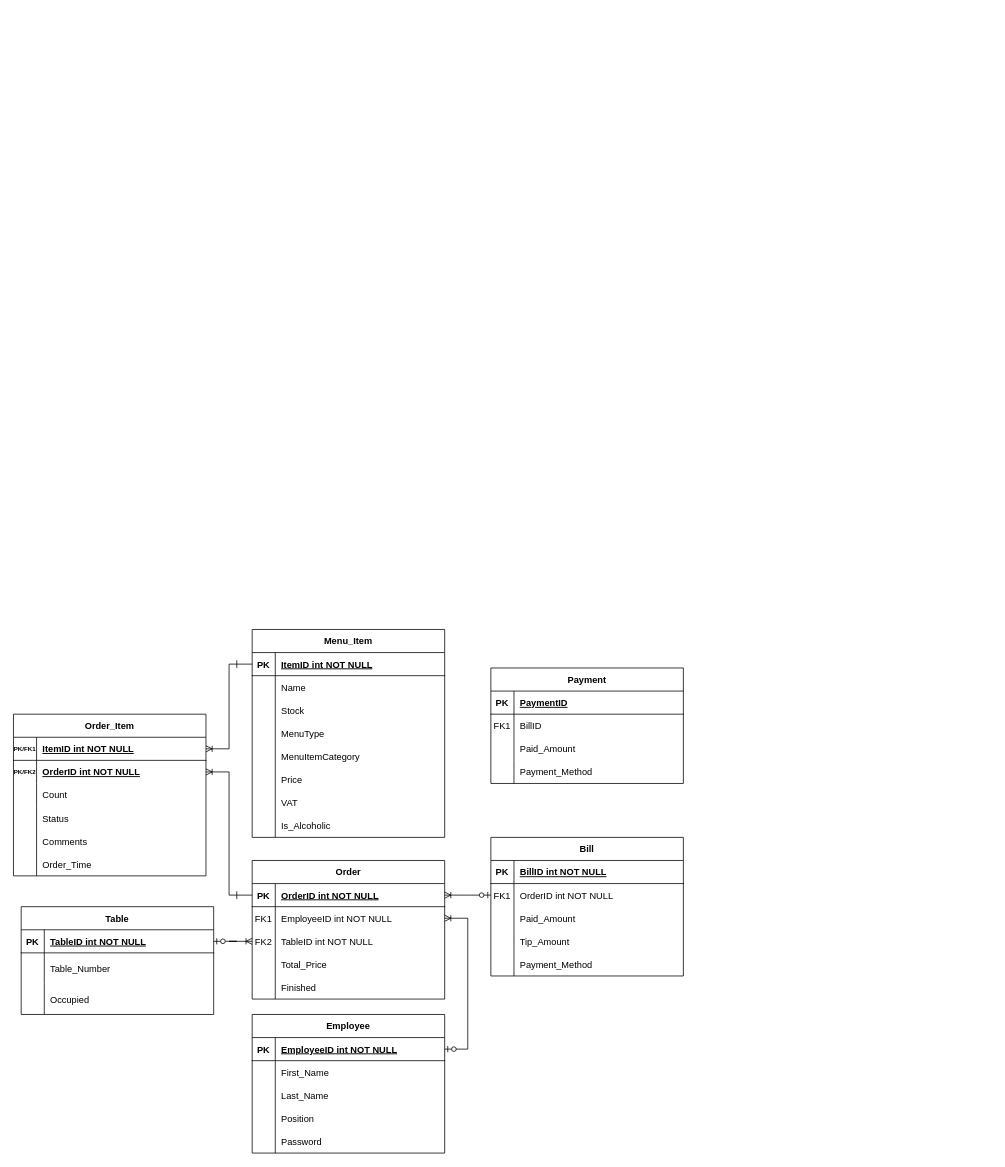
Earlier version of the draw.io diagram aaa123.drawio (tnb1604/tnb1604). Source tidied: cells renumbered, new cells numbered last; positions are measured from the earlier drawing's top-left corner, leaving out a move shared by most shapes. Both pictures are drawn from the tidied source at 77%, with x=0, y=0 at pixel (13, 629).
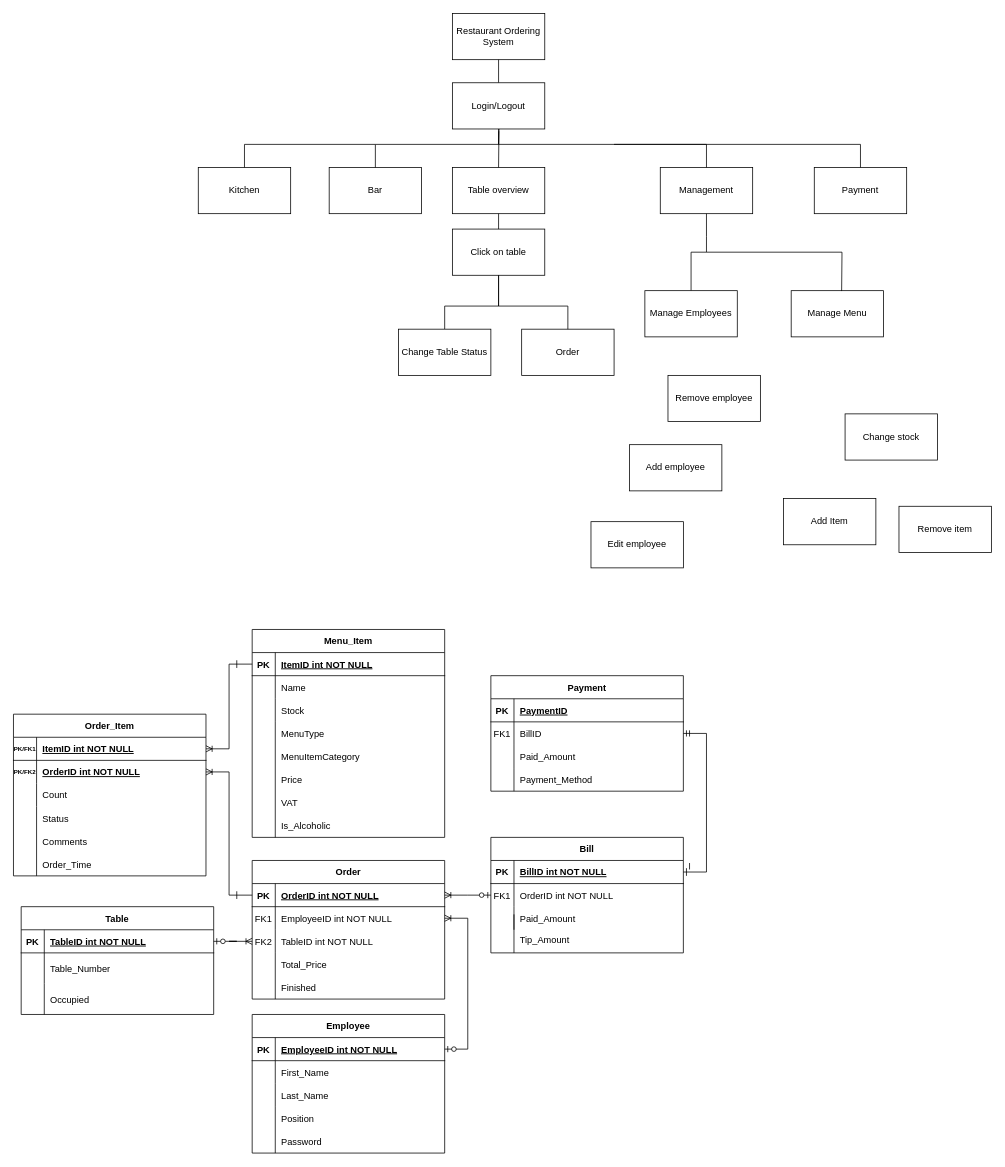
Above is the later version.

The change refers to these unchanged cells:
```xml
<mxCell id="22" style="shape=partialRectangle;fillColor=none;points=[[0,0.5],[1,0.5]];portConstraint=eastwest;top=0;left=0;right=0;bottom=1;" parent="21" vertex="1">
  <mxGeometry y="30" width="250" height="30" as="geometry" />
</mxCell>
<mxCell id="113" style="shape=partialRectangle;fillColor=none;points=[[0,0.5],[1,0.5]];portConstraint=eastwest;top=0;left=0;right=0;bottom=0;" parent="109" vertex="1">
  <mxGeometry y="60" width="250" height="30" as="geometry" />
</mxCell>
```

The edit, as a diff of the source:
```diff
@@
     <mxCell id="20" style="group;" parent="1" vertex="1">
-      <mxGeometry x="620" y="270" width="250" height="180" as="geometry" />
+      <mxGeometry x="620" y="270" width="250" height="150" as="geometry" />
     </mxCell>
     <mxCell id="21" value="Bill" style="shape=table;startSize=30;childLayout=tableLayout;rowLines=0;fontStyle=1;align=center;" parent="20" vertex="1">
-      <mxGeometry width="250" height="180" as="geometry" />
+      <mxGeometry width="250" height="150" as="geometry" />
     </mxCell>
@@
     <mxCell id="31" style="shape=partialRectangle;overflow=hidden;fillColor=none;top=0;left=0;bottom=0;right=0;" parent="20" vertex="1">
-      <mxGeometry y="120" width="30" height="30" as="geometry" />
+      <mxGeometry y="100" width="30" height="25" as="geometry" />
     </mxCell>
     <mxCell id="32" value="Tip_Amount" style="shape=partialRectangle;overflow=hidden;fillColor=none;top=0;left=0;bottom=0;right=0;align=left;spacingLeft=6;" parent="20" vertex="1">
-      <mxGeometry x="30" y="120" width="220" height="30" as="geometry" />
+      <mxGeometry x="30" y="120" width="220" height="25" as="geometry" />
     </mxCell>
-    <mxCell id="33" style="shape=partialRectangle;overflow=hidden;fillColor=none;top=0;left=0;bottom=0;right=0;" parent="20" vertex="1">
-      <mxGeometry y="150" width="30" height="30" as="geometry" />
-    </mxCell>
-    <mxCell id="34" value="Payment_Method" style="shape=partialRectangle;overflow=hidden;fillColor=none;top=0;left=0;bottom=0;right=0;align=left;spacingLeft=6;" parent="20" vertex="1">
-      <mxGeometry x="30" y="150" width="220" height="30" as="geometry" />
-    </mxCell>
     <mxCell id="35" style="endArrow=none;html=1;rounded=0;" parent="20" edge="1">
       <mxGeometry relative="1" as="geometry">
-        <mxPoint x="30" y="180" as="sourcePoint" />
-        <mxPoint x="30" y="120" as="targetPoint" />
+        <mxPoint x="30" y="150" as="sourcePoint" />
+        <mxPoint x="30" y="100" as="targetPoint" />
       </mxGeometry>
     </mxCell>
+    <mxCell id="123" style="endArrow=none;html=1;rounded=0;" parent="20" edge="1">
+      <mxGeometry relative="1" as="geometry">
+        <mxPoint x="258" y="41.7" as="sourcePoint" />
+        <mxPoint x="258" y="33.3" as="targetPoint" />
+      </mxGeometry>
+    </mxCell>
@@
     <mxCell id="108" style="group;" parent="1" vertex="1">
-      <mxGeometry x="620" y="50" width="250" height="180" as="geometry" />
+      <mxGeometry x="620" y="60" width="250" height="180" as="geometry" />
     </mxCell>
@@
+    <mxCell id="124" style="edgeStyle=entityRelationEdgeStyle;fontSize=12;html=1;endArrow=ERmandOne;rounded=0;" parent="1" edge="1" source="22" target="113">
+      <mxGeometry relative="1" as="geometry">
+        <Array as="points">
+          <mxPoint x="950" y="310" />
+        </Array>
+      </mxGeometry>
+    </mxCell>
+    <mxCell id="125" style="endArrow=none;html=1;rounded=0;" parent="1" edge="1">
+      <mxGeometry relative="1" as="geometry">
+        <mxPoint x="874" y="320" as="sourcePoint" />
+        <mxPoint x="874" y="310" as="targetPoint" />
+      </mxGeometry>
+    </mxCell>
+    <mxCell id="126" value="Restaurant Ordering System" style="rounded=0;whiteSpace=wrap;html=1;" parent="1" vertex="1">
+      <mxGeometry x="570" y="-800" width="120" height="60" as="geometry" />
+    </mxCell>
+    <mxCell id="127" style="endArrow=none;html=1;rounded=0;entryX=0.507;entryY=1.008;entryDx=0;entryDy=0;entryPerimeter=0;exitX=0.5;exitY=0;exitDx=0;exitDy=0;" parent="1" edge="1" source="128" target="126">
+      <mxGeometry relative="1" as="geometry">
+        <Array as="points">
+          <mxPoint x="630" y="-740" />
+        </Array>
+      </mxGeometry>
+    </mxCell>
+    <mxCell id="128" value="Login/Logout" style="rounded=0;whiteSpace=wrap;html=1;" parent="1" vertex="1">
+      <mxGeometry x="570" y="-710" width="120" height="60" as="geometry" />
+    </mxCell>
+    <mxCell id="129" value="Table overview" style="rounded=0;whiteSpace=wrap;html=1;" parent="1" vertex="1">
+      <mxGeometry x="570" y="-600" width="120" height="60" as="geometry" />
+    </mxCell>
+    <mxCell id="130" value="Order" style="rounded=0;whiteSpace=wrap;html=1;" parent="1" vertex="1">
+      <mxGeometry x="660" y="-390" width="120" height="60" as="geometry" />
+    </mxCell>
+    <mxCell id="131" value="Management" style="rounded=0;whiteSpace=wrap;html=1;" parent="1" vertex="1">
+      <mxGeometry x="840" y="-600" width="120" height="60" as="geometry" />
+    </mxCell>
+    <mxCell id="132" value="Bar" style="rounded=0;whiteSpace=wrap;html=1;" parent="1" vertex="1">
+      <mxGeometry x="410" y="-600" width="120" height="60" as="geometry" />
+    </mxCell>
+    <mxCell id="133" value="Payment" style="rounded=0;whiteSpace=wrap;html=1;" parent="1" vertex="1">
+      <mxGeometry x="1040" y="-600" width="120" height="60" as="geometry" />
+    </mxCell>
+    <mxCell id="134" style="endArrow=none;html=1;rounded=0;entryX=0.507;entryY=1.008;entryDx=0;entryDy=0;entryPerimeter=0;exitX=0.5;exitY=0;exitDx=0;exitDy=0;" parent="1" edge="1" source="129">
+      <mxGeometry relative="1" as="geometry">
+        <mxPoint x="630.5" y="-650" as="targetPoint" />
+      </mxGeometry>
+    </mxCell>
+    <mxCell id="135" style="endArrow=none;html=1;rounded=0;entryX=0.5;entryY=1;entryDx=0;entryDy=0;exitX=0.5;exitY=0;exitDx=0;exitDy=0;" parent="1" edge="1" source="131" target="128">
+      <mxGeometry relative="1" as="geometry">
+        <Array as="points">
+          <mxPoint x="900" y="-630" />
+          <mxPoint x="630" y="-630" />
+        </Array>
+      </mxGeometry>
+    </mxCell>
+    <mxCell id="136" style="endArrow=none;html=1;rounded=0;entryX=0.502;entryY=1.048;entryDx=0;entryDy=0;entryPerimeter=0;exitX=0.5;exitY=0;exitDx=0;exitDy=0;" parent="1" edge="1" source="132" target="128">
+      <mxGeometry relative="1" as="geometry">
+        <Array as="points">
+          <mxPoint x="470" y="-630" />
+          <mxPoint x="630" y="-630" />
+        </Array>
+      </mxGeometry>
+    </mxCell>
+    <mxCell id="137" style="endArrow=none;html=1;rounded=0;entryX=0.5;entryY=0;entryDx=0;entryDy=0;" parent="1" edge="1" target="133">
+      <mxGeometry relative="1" as="geometry">
+        <mxPoint x="780" y="-630" as="sourcePoint" />
+        <Array as="points">
+          <mxPoint x="1100" y="-630" />
+        </Array>
+      </mxGeometry>
+    </mxCell>
+    <mxCell id="138" value="Click on table" style="rounded=0;whiteSpace=wrap;html=1;" parent="1" vertex="1">
+      <mxGeometry x="570" y="-520" width="120" height="60" as="geometry" />
+    </mxCell>
+    <mxCell id="139" style="endArrow=none;html=1;rounded=0;entryX=0.5;entryY=1;entryDx=0;entryDy=0;" parent="1" edge="1" source="138" target="129">
+      <mxGeometry relative="1" as="geometry" />
+    </mxCell>
+    <mxCell id="140" value="Kitchen" style="rounded=0;whiteSpace=wrap;html=1;" parent="1" vertex="1">
+      <mxGeometry x="240" y="-600" width="120" height="60" as="geometry" />
+    </mxCell>
+    <mxCell id="141" style="endArrow=none;html=1;rounded=0;entryX=0.5;entryY=1;entryDx=0;entryDy=0;exitX=0.5;exitY=0;exitDx=0;exitDy=0;" parent="1" edge="1" source="130" target="138">
+      <mxGeometry relative="1" as="geometry">
+        <Array as="points">
+          <mxPoint x="720" y="-420" />
+          <mxPoint x="630" y="-420" />
+        </Array>
+      </mxGeometry>
+    </mxCell>
+    <mxCell id="142" style="endArrow=none;html=1;rounded=0;entryX=0.5;entryY=1;entryDx=0;entryDy=0;exitX=0.5;exitY=0;exitDx=0;exitDy=0;" parent="1" edge="1" source="143" target="138">
+      <mxGeometry relative="1" as="geometry">
+        <Array as="points">
+          <mxPoint x="560" y="-420" />
+          <mxPoint x="630" y="-420" />
+        </Array>
+      </mxGeometry>
+    </mxCell>
+    <mxCell id="143" value="Change Table Status" style="rounded=0;whiteSpace=wrap;html=1;" parent="1" vertex="1">
+      <mxGeometry x="500" y="-390" width="120" height="60" as="geometry" />
+    </mxCell>
+    <mxCell id="144" style="endArrow=none;html=1;rounded=0;entryX=0.5;entryY=0;entryDx=0;entryDy=0;" parent="1" edge="1" target="140">
+      <mxGeometry relative="1" as="geometry">
+        <mxPoint x="470" y="-630" as="sourcePoint" />
+        <Array as="points">
+          <mxPoint x="300" y="-630" />
+        </Array>
+      </mxGeometry>
+    </mxCell>
+    <mxCell id="145" style="endArrow=none;html=1;rounded=0;entryX=0.5;entryY=1;entryDx=0;entryDy=0;exitX=0.5;exitY=0;exitDx=0;exitDy=0;" parent="1" edge="1" source="146" target="131">
+      <mxGeometry relative="1" as="geometry">
+        <Array as="points">
+          <mxPoint x="880" y="-490" />
+          <mxPoint x="900" y="-490" />
+          <mxPoint x="900" y="-510" />
+        </Array>
+      </mxGeometry>
+    </mxCell>
+    <mxCell id="146" value="Manage Employees" style="rounded=0;whiteSpace=wrap;html=1;" parent="1" vertex="1">
+      <mxGeometry x="820" y="-440" width="120" height="60" as="geometry" />
+    </mxCell>
+    <mxCell id="147" value="Manage Menu" style="rounded=0;whiteSpace=wrap;html=1;" parent="1" vertex="1">
+      <mxGeometry x="1010" y="-440" width="120" height="60" as="geometry" />
+    </mxCell>
+    <mxCell id="148" style="endArrow=none;html=1;rounded=0;entryX=0.546;entryY=0.008;entryDx=0;entryDy=0;entryPerimeter=0;" parent="1" edge="1" target="147">
+      <mxGeometry relative="1" as="geometry">
+        <mxPoint x="900" y="-490" as="sourcePoint" />
+        <Array as="points">
+          <mxPoint x="1076" y="-490" />
+        </Array>
+      </mxGeometry>
+    </mxCell>
+    <mxCell id="149" value="Remove employee" style="rounded=0;whiteSpace=wrap;html=1;" parent="1" vertex="1">
+      <mxGeometry x="850" y="-330" width="120" height="60" as="geometry" />
+    </mxCell>
+    <mxCell id="150" value="Change stock" style="rounded=0;whiteSpace=wrap;html=1;" parent="1" vertex="1">
+      <mxGeometry x="1080" y="-280" width="120" height="60" as="geometry" />
+    </mxCell>
+    <mxCell id="151" value="Add Item" style="rounded=0;whiteSpace=wrap;html=1;" parent="1" vertex="1">
+      <mxGeometry x="1000" y="-170" width="120" height="60" as="geometry" />
+    </mxCell>
+    <mxCell id="152" value="Remove item" style="rounded=0;whiteSpace=wrap;html=1;" parent="1" vertex="1">
+      <mxGeometry x="1150" y="-160" width="120" height="60" as="geometry" />
+    </mxCell>
+    <mxCell id="153" value="Add employee" style="rounded=0;whiteSpace=wrap;html=1;" parent="1" vertex="1">
+      <mxGeometry x="800" y="-240" width="120" height="60" as="geometry" />
+    </mxCell>
+    <mxCell id="154" value="Edit employee" style="rounded=0;whiteSpace=wrap;html=1;" parent="1" vertex="1">
+      <mxGeometry x="750" y="-140" width="120" height="60" as="geometry" />
+    </mxCell>
```
